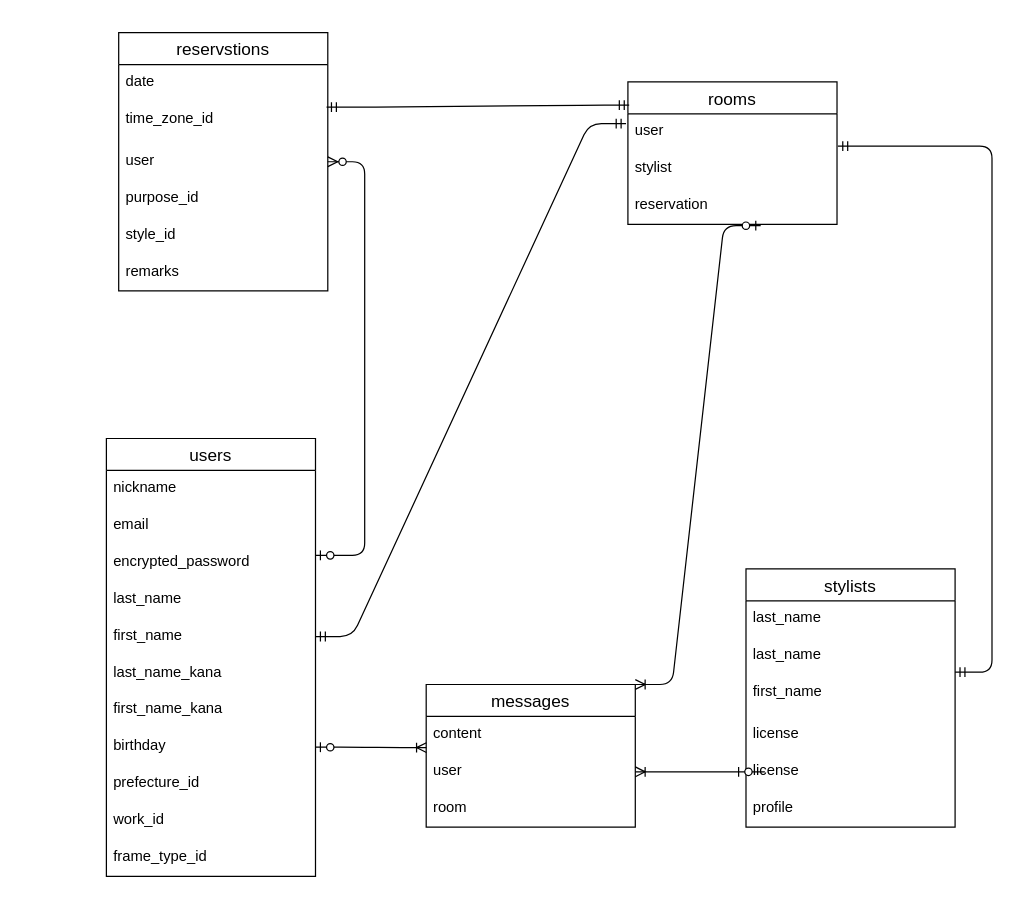
The draw.io diagram er.dio in rikako-yurino/Connect-Stylist, before the edit. Source tidied: cells renumbered, new cells numbered last; positions are measured from the earlier drawing's top-left corner, leaving out a move shared by most shapes. Both pictures are drawn from the tidied source at 123%, with x=0, y=0 at pixel (106, 32).
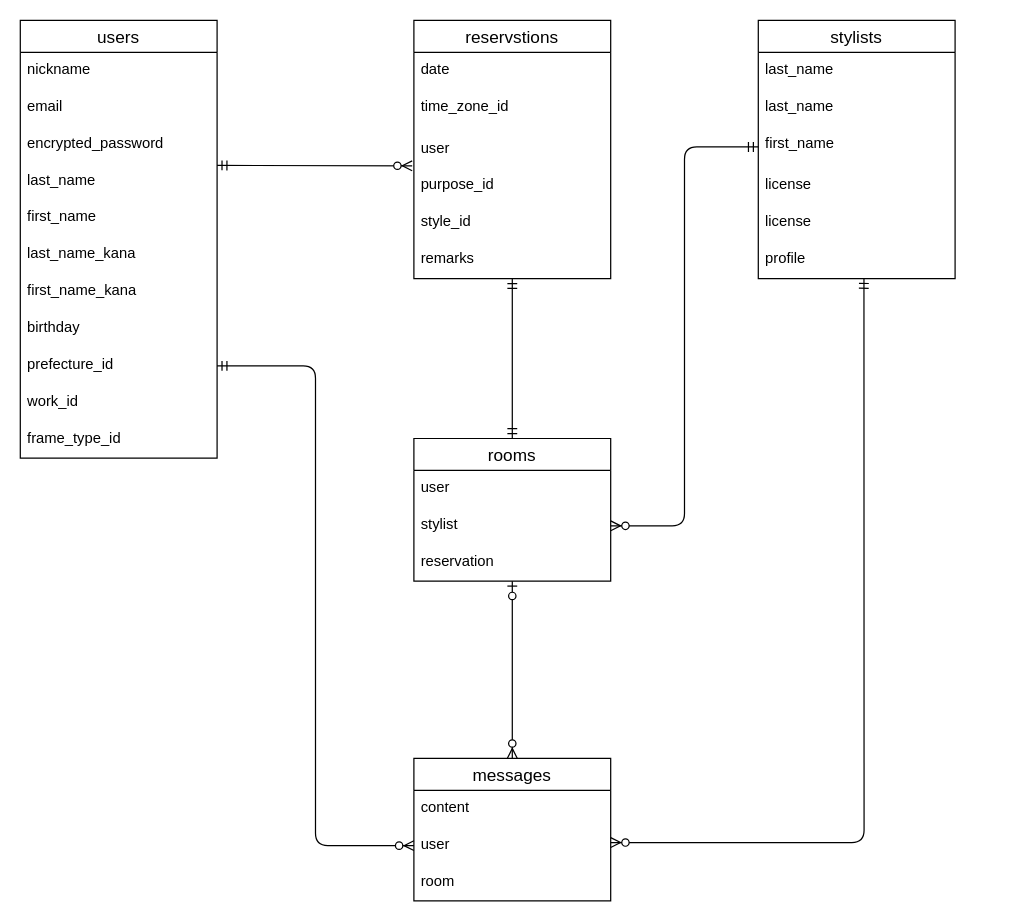
The same diagram, later.

Diff of the diagram source:
```diff
@@
     <mxCell id="2" value="users" style="swimlane;fontStyle=0;horizontal=1;startSize=26;align=center;fontSize=14;" parent="1" vertex="1">
-      <mxGeometry y="330" width="170" height="356" as="geometry" />
+      <mxGeometry x="-70" y="-10" width="160" height="356" as="geometry" />
     </mxCell>
     <mxCell id="3" value="nickname" style="text;strokeColor=none;fillColor=none;spacingLeft=4;spacingRight=4;overflow=hidden;fontSize=12;" parent="2" vertex="1">
-      <mxGeometry y="26" width="170" height="30" as="geometry" />
+      <mxGeometry y="26" width="160" height="30" as="geometry" />
     </mxCell>
     <mxCell id="4" value="email" style="text;strokeColor=none;fillColor=none;spacingLeft=4;spacingRight=4;overflow=hidden;fontSize=12;" parent="2" vertex="1">
-      <mxGeometry y="56" width="170" height="30" as="geometry" />
+      <mxGeometry y="56" width="160" height="30" as="geometry" />
     </mxCell>
     <mxCell id="5" value="encrypted_password" style="text;strokeColor=none;fillColor=none;spacingLeft=4;spacingRight=4;overflow=hidden;fontSize=12;" parent="2" vertex="1">
-      <mxGeometry y="86" width="170" height="30" as="geometry" />
+      <mxGeometry y="86" width="160" height="30" as="geometry" />
     </mxCell>
     <mxCell id="6" value="last_name" style="text;strokeColor=none;fillColor=none;spacingLeft=4;spacingRight=4;overflow=hidden;fontSize=12;" parent="2" vertex="1">
-      <mxGeometry y="116" width="170" height="30" as="geometry" />
+      <mxGeometry y="116" width="160" height="30" as="geometry" />
     </mxCell>
     <mxCell id="7" value="first_name" style="text;strokeColor=none;fillColor=none;spacingLeft=4;spacingRight=4;overflow=hidden;points=[[0,0.5],[1,0.5]];portConstraint=eastwest;fontSize=12;" parent="2" vertex="1">
-      <mxGeometry y="146" width="170" height="30" as="geometry" />
+      <mxGeometry y="146" width="160" height="30" as="geometry" />
     </mxCell>
     <mxCell id="8" value="last_name_kana" style="text;strokeColor=none;fillColor=none;spacingLeft=4;spacingRight=4;overflow=hidden;fontSize=12;" parent="2" vertex="1">
-      <mxGeometry y="176" width="170" height="30" as="geometry" />
+      <mxGeometry y="176" width="160" height="30" as="geometry" />
     </mxCell>
     <mxCell id="9" value="first_name_kana" style="text;strokeColor=none;fillColor=none;spacingLeft=4;spacingRight=4;overflow=hidden;fontSize=12;" parent="2" vertex="1">
-      <mxGeometry y="206" width="170" height="30" as="geometry" />
+      <mxGeometry y="206" width="160" height="30" as="geometry" />
     </mxCell>
     <mxCell id="10" value="birthday" style="text;strokeColor=none;fillColor=none;spacingLeft=4;spacingRight=4;overflow=hidden;points=[[0,0.5],[1,0.5]];portConstraint=eastwest;fontSize=12;" parent="2" vertex="1">
-      <mxGeometry y="236" width="170" height="30" as="geometry" />
+      <mxGeometry y="236" width="160" height="30" as="geometry" />
     </mxCell>
     <mxCell id="11" value="prefecture_id" style="text;strokeColor=none;fillColor=none;spacingLeft=4;spacingRight=4;overflow=hidden;points=[[0,0.5],[1,0.5]];portConstraint=eastwest;fontSize=12;" parent="2" vertex="1">
-      <mxGeometry y="266" width="170" height="30" as="geometry" />
+      <mxGeometry y="266" width="160" height="30" as="geometry" />
     </mxCell>
     <mxCell id="12" value="work_id" style="text;strokeColor=none;fillColor=none;spacingLeft=4;spacingRight=4;overflow=hidden;fontSize=12;" parent="2" vertex="1">
-      <mxGeometry y="296" width="170" height="30" as="geometry" />
+      <mxGeometry y="296" width="160" height="30" as="geometry" />
     </mxCell>
     <mxCell id="13" value="frame_type_id" style="text;strokeColor=none;fillColor=none;spacingLeft=4;spacingRight=4;overflow=hidden;fontSize=12;" parent="2" vertex="1">
-      <mxGeometry y="326" width="170" height="30" as="geometry" />
+      <mxGeometry y="326" width="160" height="30" as="geometry" />
     </mxCell>
     <mxCell id="14" value="rooms" style="swimlane;fontStyle=0;horizontal=1;startSize=26;align=center;fontSize=14;" parent="1" vertex="1">
-      <mxGeometry x="424" y="40" width="170" height="116" as="geometry" />
+      <mxGeometry x="250" y="330" width="160" height="116" as="geometry" />
     </mxCell>
     <mxCell id="15" value="user" style="text;strokeColor=none;fillColor=none;spacingLeft=4;spacingRight=4;overflow=hidden;points=[[0,0.5],[1,0.5]];portConstraint=eastwest;fontSize=12;" parent="14" vertex="1">
-      <mxGeometry y="26" width="170" height="30" as="geometry" />
+      <mxGeometry y="26" width="160" height="30" as="geometry" />
     </mxCell>
     <mxCell id="16" value="stylist" style="text;strokeColor=none;fillColor=none;spacingLeft=4;spacingRight=4;overflow=hidden;points=[[0,0.5],[1,0.5]];portConstraint=eastwest;fontSize=12;" parent="14" vertex="1">
-      <mxGeometry y="56" width="170" height="30" as="geometry" />
+      <mxGeometry y="56" width="160" height="30" as="geometry" />
     </mxCell>
     <mxCell id="17" value="reservation" style="text;strokeColor=none;fillColor=none;spacingLeft=4;spacingRight=4;overflow=hidden;points=[[0,0.5],[1,0.5]];portConstraint=eastwest;fontSize=12;" parent="14" vertex="1">
-      <mxGeometry y="86" width="170" height="30" as="geometry" />
+      <mxGeometry y="86" width="160" height="30" as="geometry" />
     </mxCell>
     <mxCell id="18" value="messages" style="swimlane;fontStyle=0;horizontal=1;startSize=26;align=center;fontSize=14;" parent="1" vertex="1">
-      <mxGeometry x="260" y="530" width="170" height="116" as="geometry" />
+      <mxGeometry x="250" y="590" width="160" height="116" as="geometry" />
     </mxCell>
     <mxCell id="19" value="content" style="text;strokeColor=none;fillColor=none;spacingLeft=4;spacingRight=4;overflow=hidden;points=[[0,0.5],[1,0.5]];portConstraint=eastwest;fontSize=12;" parent="18" vertex="1">
-      <mxGeometry y="26" width="170" height="30" as="geometry" />
+      <mxGeometry y="26" width="160" height="30" as="geometry" />
     </mxCell>
     <mxCell id="20" value="user" style="text;strokeColor=none;fillColor=none;spacingLeft=4;spacingRight=4;overflow=hidden;points=[[0,0.5],[1,0.5]];portConstraint=eastwest;fontSize=12;" parent="18" vertex="1">
-      <mxGeometry y="56" width="170" height="30" as="geometry" />
+      <mxGeometry y="56" width="160" height="30" as="geometry" />
     </mxCell>
     <mxCell id="21" value="room" style="text;strokeColor=none;fillColor=none;spacingLeft=4;spacingRight=4;overflow=hidden;fontSize=12;" parent="18" vertex="1">
-      <mxGeometry y="86" width="170" height="30" as="geometry" />
+      <mxGeometry y="86" width="160" height="30" as="geometry" />
     </mxCell>
-    <mxCell id="22" style="edgeStyle=entityRelationEdgeStyle;fontSize=12;html=1;endArrow=ERoneToMany;startArrow=ERzeroToOne;entryX=1;entryY=0;entryDx=0;entryDy=0;exitX=0.635;exitY=1.033;exitDx=0;exitDy=0;exitPerimeter=0;" parent="1" edge="1" source="17" target="18">
-      <mxGeometry relative="1" as="geometry" />
-    </mxCell>
-    <mxCell id="23" style="edgeStyle=entityRelationEdgeStyle;fontSize=12;html=1;endArrow=ERoneToMany;startArrow=ERzeroToOne;entryX=0.001;entryY=0.844;entryDx=0;entryDy=0;entryPerimeter=0;" parent="1" edge="1" source="10" target="19">
-      <mxGeometry relative="1" as="geometry" />
-    </mxCell>
     <mxCell id="24" value="stylists" style="swimlane;fontStyle=0;horizontal=1;startSize=26;align=center;fontSize=14;" parent="1" vertex="1">
-      <mxGeometry x="520" y="436" width="170" height="210" as="geometry" />
+      <mxGeometry x="530" y="-10" width="160" height="210" as="geometry" />
     </mxCell>
     <mxCell id="25" value="last_name" style="text;strokeColor=none;fillColor=none;spacingLeft=4;spacingRight=4;overflow=hidden;fontSize=12;" parent="24" vertex="1">
-      <mxGeometry y="26" width="170" height="30" as="geometry" />
+      <mxGeometry y="26" width="160" height="30" as="geometry" />
     </mxCell>
     <mxCell id="26" value="last_name" style="text;strokeColor=none;fillColor=none;spacingLeft=4;spacingRight=4;overflow=hidden;fontSize=12;" parent="24" vertex="1">
-      <mxGeometry y="56" width="170" height="30" as="geometry" />
+      <mxGeometry y="56" width="160" height="30" as="geometry" />
     </mxCell>
     <mxCell id="27" value="first_name" style="text;strokeColor=none;fillColor=none;spacingLeft=4;spacingRight=4;overflow=hidden;points=[[0,0.5],[1,0.5]];portConstraint=eastwest;fontSize=12;" parent="24" vertex="1">
-      <mxGeometry y="86" width="170" height="34" as="geometry" />
+      <mxGeometry y="86" width="160" height="34" as="geometry" />
     </mxCell>
     <mxCell id="28" value="license" style="text;strokeColor=none;fillColor=none;spacingLeft=4;spacingRight=4;overflow=hidden;fontSize=12;" parent="24" vertex="1">
-      <mxGeometry y="120" width="170" height="30" as="geometry" />
+      <mxGeometry y="120" width="160" height="30" as="geometry" />
     </mxCell>
     <mxCell id="29" value="license" style="text;strokeColor=none;fillColor=none;spacingLeft=4;spacingRight=4;overflow=hidden;fontSize=12;" parent="24" vertex="1">
-      <mxGeometry y="150" width="170" height="30" as="geometry" />
+      <mxGeometry y="150" width="160" height="30" as="geometry" />
     </mxCell>
     <mxCell id="30" value="profile" style="text;strokeColor=none;fillColor=none;spacingLeft=4;spacingRight=4;overflow=hidden;points=[[0,0.5],[1,0.5]];portConstraint=eastwest;fontSize=12;" parent="24" vertex="1">
-      <mxGeometry y="180" width="170" height="30" as="geometry" />
+      <mxGeometry y="180" width="160" height="30" as="geometry" />
     </mxCell>
-    <mxCell id="31" style="edgeStyle=entityRelationEdgeStyle;fontSize=12;html=1;endArrow=ERoneToMany;startArrow=ERzeroToOne;entryX=1;entryY=0.5;entryDx=0;entryDy=0;" parent="1" edge="1" target="20">
-      <mxGeometry relative="1" as="geometry">
-        <mxPoint x="510" y="601" as="sourcePoint" />
-      </mxGeometry>
-    </mxCell>
-    <mxCell id="32" style="edgeStyle=entityRelationEdgeStyle;fontSize=12;html=1;endArrow=ERmandOne;startArrow=ERmandOne;entryX=-0.009;entryY=0.267;entryDx=0;entryDy=0;entryPerimeter=0;exitX=1;exitY=0.5;exitDx=0;exitDy=0;" parent="1" edge="1" source="7" target="15">
-      <mxGeometry relative="1" as="geometry" />
-    </mxCell>
     <mxCell id="33" value="reservstions" style="swimlane;fontStyle=0;horizontal=1;startSize=26;align=center;fontSize=14;" parent="1" vertex="1">
-      <mxGeometry x="10" width="170" height="210" as="geometry" />
+      <mxGeometry x="250" y="-10" width="160" height="210" as="geometry" />
     </mxCell>
     <mxCell id="34" value="date" style="text;strokeColor=none;fillColor=none;spacingLeft=4;spacingRight=4;overflow=hidden;fontSize=12;" parent="33" vertex="1">
-      <mxGeometry y="26" width="170" height="30" as="geometry" />
+      <mxGeometry y="26" width="160" height="30" as="geometry" />
     </mxCell>
     <mxCell id="35" value="time_zone_id" style="text;strokeColor=none;fillColor=none;spacingLeft=4;spacingRight=4;overflow=hidden;points=[[0,0.5],[1,0.5]];portConstraint=eastwest;fontSize=12;" parent="33" vertex="1">
-      <mxGeometry y="56" width="170" height="34" as="geometry" />
+      <mxGeometry y="56" width="160" height="34" as="geometry" />
     </mxCell>
     <mxCell id="36" value="user" style="text;strokeColor=none;fillColor=none;spacingLeft=4;spacingRight=4;overflow=hidden;points=[[0,0.5],[1,0.5]];portConstraint=eastwest;fontSize=12;" parent="33" vertex="1">
-      <mxGeometry y="90" width="170" height="30" as="geometry" />
+      <mxGeometry y="90" width="160" height="30" as="geometry" />
     </mxCell>
     <mxCell id="37" value="purpose_id" style="text;strokeColor=none;fillColor=none;spacingLeft=4;spacingRight=4;overflow=hidden;fontSize=12;" parent="33" vertex="1">
-      <mxGeometry y="120" width="170" height="30" as="geometry" />
+      <mxGeometry y="120" width="160" height="30" as="geometry" />
     </mxCell>
-    <mxCell id="38" style="edgeStyle=entityRelationEdgeStyle;fontSize=12;html=1;endArrow=ERzeroToMany;startArrow=ERzeroToOne;" parent="33" edge="1" target="36">
-      <mxGeometry relative="1" as="geometry">
-        <mxPoint x="160" y="425" as="sourcePoint" />
-      </mxGeometry>
-    </mxCell>
     <mxCell id="39" value="style_id" style="text;strokeColor=none;fillColor=none;spacingLeft=4;spacingRight=4;overflow=hidden;fontSize=12;" parent="33" vertex="1">
-      <mxGeometry y="150" width="170" height="30" as="geometry" />
+      <mxGeometry y="150" width="160" height="30" as="geometry" />
     </mxCell>
     <mxCell id="40" value="remarks" style="text;strokeColor=none;fillColor=none;spacingLeft=4;spacingRight=4;overflow=hidden;fontSize=12;" parent="33" vertex="1">
-      <mxGeometry y="180" width="170" height="30" as="geometry" />
+      <mxGeometry y="180" width="160" height="30" as="geometry" />
     </mxCell>
-    <mxCell id="41" style="edgeStyle=entityRelationEdgeStyle;fontSize=12;html=1;endArrow=ERmandOne;startArrow=ERmandOne;entryX=0.006;entryY=0.164;entryDx=0;entryDy=0;exitX=0.994;exitY=0.135;exitDx=0;exitDy=0;exitPerimeter=0;entryPerimeter=0;" parent="1" edge="1" source="35" target="14">
-      <mxGeometry relative="1" as="geometry" />
-    </mxCell>
-    <mxCell id="42" style="edgeStyle=entityRelationEdgeStyle;fontSize=12;html=1;endArrow=ERmandOne;startArrow=ERmandOne;entryX=1.004;entryY=-0.122;entryDx=0;entryDy=0;entryPerimeter=0;" parent="1" edge="1" target="16">
-      <mxGeometry relative="1" as="geometry">
-        <mxPoint x="690" y="520" as="sourcePoint" />
-      </mxGeometry>
-    </mxCell>
+    <mxCell id="43" style="fontSize=12;html=1;endArrow=ERzeroToMany;startArrow=ERmandOne;entryX=-0.009;entryY=-0.157;entryDx=0;entryDy=0;entryPerimeter=0;" parent="1" edge="1">
+      <mxGeometry relative="1" as="geometry">
+        <mxPoint x="90" y="108" as="sourcePoint" />
+        <mxPoint x="248.6" y="108.3" as="targetPoint" />
+      </mxGeometry>
+    </mxCell>
+    <mxCell id="44" style="fontSize=12;html=1;endArrow=ERzeroToMany;startArrow=ERmandOne;edgeStyle=orthogonalEdgeStyle;exitX=0;exitY=0.5;exitDx=0;exitDy=0;entryX=1;entryY=0.5;entryDx=0;entryDy=0;" parent="1" edge="1" source="27" target="16">
+      <mxGeometry relative="1" as="geometry" />
+    </mxCell>
+    <mxCell id="45" style="fontSize=12;html=1;endArrow=ERmandOne;startArrow=ERmandOne;exitX=0.5;exitY=0;exitDx=0;exitDy=0;" parent="1" edge="1" source="14">
+      <mxGeometry relative="1" as="geometry">
+        <mxPoint x="330" y="200" as="targetPoint" />
+      </mxGeometry>
+    </mxCell>
+    <mxCell id="22" style="fontSize=12;html=1;endArrow=ERzeroToMany;startArrow=ERzeroToOne;entryX=0.5;entryY=0;entryDx=0;entryDy=0;" parent="1" edge="1" source="17" target="18">
+      <mxGeometry relative="1" as="geometry" />
+    </mxCell>
+    <mxCell id="46" style="edgeStyle=orthogonalEdgeStyle;fontSize=12;html=1;endArrow=ERzeroToMany;startArrow=ERmandOne;exitX=1;exitY=0.5;exitDx=0;exitDy=0;entryX=0;entryY=0.5;entryDx=0;entryDy=0;" parent="1" edge="1" source="11" target="20">
+      <mxGeometry relative="1" as="geometry" />
+    </mxCell>
+    <mxCell id="47" style="edgeStyle=orthogonalEdgeStyle;fontSize=12;html=1;endArrow=ERzeroToMany;startArrow=ERmandOne;elbow=vertical;entryX=0.994;entryY=0.071;entryDx=0;entryDy=0;entryPerimeter=0;exitX=0.537;exitY=0.997;exitDx=0;exitDy=0;exitPerimeter=0;" parent="1" edge="1" source="30">
+      <mxGeometry relative="1" as="geometry">
+        <mxPoint x="410" y="658.5" as="targetPoint" />
+        <Array as="points">
+          <mxPoint x="616" y="201" />
+          <mxPoint x="616" y="201" />
+          <mxPoint x="616" y="659" />
+        </Array>
+      </mxGeometry>
+    </mxCell>
```
